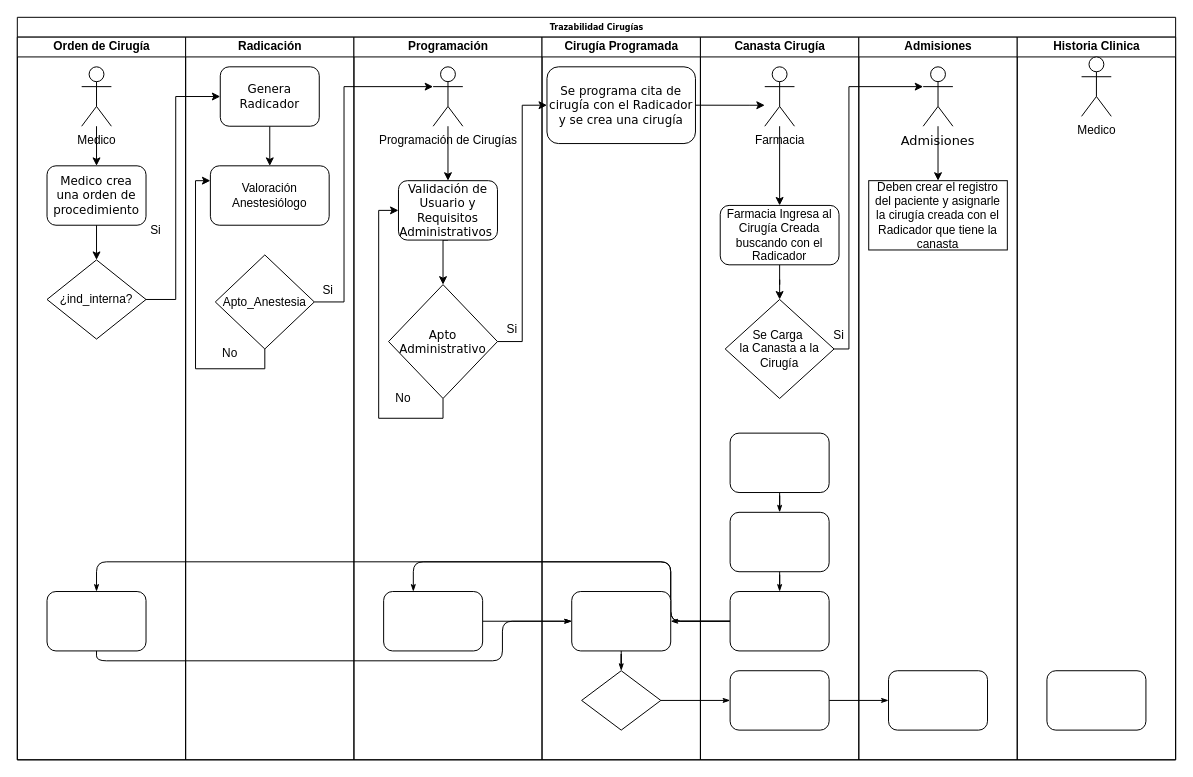
This is Diagrama sin título.drawio from cinhosoft/Diagramas-Publicos, a draw.io file, before an edit. Source tidied: cells renumbered, new cells numbered last; positions are measured from the earlier drawing's top-left corner, leaving out a move shared by most shapes. Both pictures are drawn from the tidied source at 99%, with x=0, y=0 at pixel (17, 17).
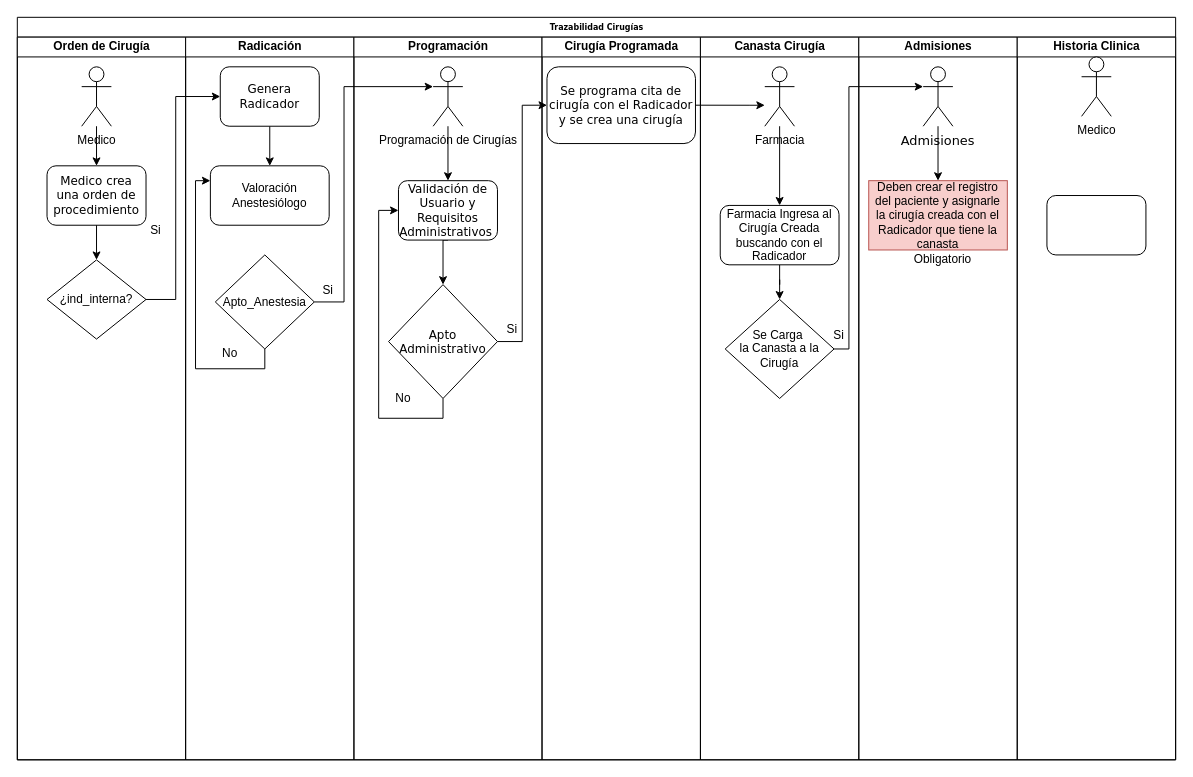
The same diagram, later.

Unchanged cells that the change refers to:
```xml
<mxCell id="2" value="Trazabilidad Cirugías" style="swimlane;html=1;startSize=20;rounded=0;shadow=0;labelBackgroundColor=none;strokeWidth=1;fontFamily=Verdana;fontSize=8;align=center;" parent="1" vertex="1">
  <mxGeometry width="1170" height="750" as="geometry" />
</mxCell>
<mxCell id="3" value="Orden de Cirugía" style="swimlane;html=1;startSize=20;" parent="2" vertex="1">
  <mxGeometry y="20" width="170" height="730" as="geometry" />
</mxCell>
<mxCell id="26" value="Programación" style="swimlane;html=1;startSize=20;" parent="2" vertex="1">
  <mxGeometry x="340" y="20" width="190" height="730" as="geometry" />
</mxCell>
<mxCell id="36" value="Cirugía Programada" style="swimlane;html=1;startSize=20;" parent="2" vertex="1">
  <mxGeometry x="530" y="20" width="160" height="730" as="geometry" />
</mxCell>
<mxCell id="41" value="Canasta Cirugía" style="swimlane;html=1;startSize=20;" parent="2" vertex="1">
  <mxGeometry x="690" y="20" width="160" height="730" as="geometry" />
</mxCell>
<mxCell id="55" value="Admisiones" style="swimlane;html=1;startSize=20;" parent="2" vertex="1">
  <mxGeometry x="850" y="20" width="160" height="730" as="geometry" />
</mxCell>
<mxCell id="60" value="Historia Clinica" style="swimlane;html=1;startSize=20;" parent="2" vertex="1">
  <mxGeometry x="1010" y="20" width="160" height="730" as="geometry" />
</mxCell>
```

The edit, as a diff of the source:
```diff
@@
-    <mxCell id="4" style="rounded=1;whiteSpace=wrap;html=1;shadow=0;labelBackgroundColor=none;strokeWidth=1;fontFamily=Verdana;fontSize=8;align=center;" parent="3" vertex="1">
-      <mxGeometry x="30" y="560" width="100" height="60" as="geometry" />
-    </mxCell>
@@
-    <mxCell id="9" style="edgeStyle=orthogonalEdgeStyle;rounded=1;html=1;labelBackgroundColor=none;startArrow=none;startFill=0;startSize=5;endArrow=classicThin;endFill=1;endSize=5;jettySize=auto;strokeWidth=1;fontFamily=Verdana;fontSize=8;" parent="2" edge="1" source="39" target="45">
-      <mxGeometry relative="1" as="geometry" />
-    </mxCell>
-    <mxCell id="10" style="edgeStyle=orthogonalEdgeStyle;rounded=1;html=1;labelBackgroundColor=none;startArrow=none;startFill=0;startSize=5;endArrow=classicThin;endFill=1;endSize=5;jettySize=auto;strokeWidth=1;fontFamily=Verdana;fontSize=8;" parent="2" edge="1" source="45" target="56">
-      <mxGeometry relative="1" as="geometry" />
-    </mxCell>
-    <mxCell id="11" style="edgeStyle=orthogonalEdgeStyle;rounded=1;html=1;labelBackgroundColor=none;startArrow=none;startFill=0;startSize=5;endArrow=classicThin;endFill=1;endSize=5;jettySize=auto;strokeWidth=1;fontFamily=Verdana;fontSize=8;" parent="2" edge="1" source="44" target="29">
-      <mxGeometry relative="1" as="geometry">
-        <Array as="points">
-          <mxPoint x="660" y="610" />
-          <mxPoint x="660" y="550" />
-          <mxPoint x="400" y="550" />
-        </Array>
-      </mxGeometry>
-    </mxCell>
-    <mxCell id="12" style="edgeStyle=orthogonalEdgeStyle;rounded=1;html=1;labelBackgroundColor=none;startArrow=none;startFill=0;startSize=5;endArrow=classicThin;endFill=1;endSize=5;jettySize=auto;strokeColor=#000000;strokeWidth=1;fontFamily=Verdana;fontSize=8;fontColor=#000000;" parent="2" edge="1" source="44" target="38">
-      <mxGeometry relative="1" as="geometry" />
-    </mxCell>
-    <mxCell id="13" style="edgeStyle=orthogonalEdgeStyle;rounded=1;html=1;labelBackgroundColor=none;startArrow=none;startFill=0;startSize=5;endArrow=classicThin;endFill=1;endSize=5;jettySize=auto;strokeWidth=1;fontFamily=Verdana;fontSize=8;" parent="2" edge="1" source="44" target="4">
-      <mxGeometry relative="1" as="geometry">
-        <Array as="points">
-          <mxPoint x="660" y="610" />
-          <mxPoint x="660" y="550" />
-          <mxPoint x="80" y="550" />
-        </Array>
-      </mxGeometry>
-    </mxCell>
-    <mxCell id="14" style="edgeStyle=orthogonalEdgeStyle;rounded=1;html=1;labelBackgroundColor=none;startArrow=none;startFill=0;startSize=5;endArrow=classicThin;endFill=1;endSize=5;jettySize=auto;strokeWidth=1;fontFamily=Verdana;fontSize=8;" parent="2" edge="1" source="4" target="38">
-      <mxGeometry relative="1" as="geometry">
-        <Array as="points">
-          <mxPoint x="80" y="650" />
-          <mxPoint x="490" y="650" />
-          <mxPoint x="490" y="610" />
-        </Array>
-      </mxGeometry>
-    </mxCell>
-    <mxCell id="15" style="edgeStyle=orthogonalEdgeStyle;rounded=1;html=1;labelBackgroundColor=none;startArrow=none;startFill=0;startSize=5;endArrow=classicThin;endFill=1;endSize=5;jettySize=auto;strokeWidth=1;fontFamily=Verdana;fontSize=8;" parent="2" edge="1" source="29" target="38">
-      <mxGeometry relative="1" as="geometry" />
-    </mxCell>
@@
-    <mxCell id="29" style="rounded=1;whiteSpace=wrap;html=1;shadow=0;labelBackgroundColor=none;strokeWidth=1;fontFamily=Verdana;fontSize=8;align=center;" parent="26" vertex="1">
-      <mxGeometry x="30" y="560" width="100" height="60" as="geometry" />
-    </mxCell>
@@
-    <mxCell id="38" style="rounded=1;whiteSpace=wrap;html=1;shadow=0;labelBackgroundColor=none;strokeWidth=1;fontFamily=Verdana;fontSize=8;align=center;" parent="36" vertex="1">
-      <mxGeometry x="30" y="560" width="100" height="60" as="geometry" />
-    </mxCell>
-    <mxCell id="39" style="rhombus;whiteSpace=wrap;html=1;rounded=0;shadow=0;labelBackgroundColor=none;strokeWidth=1;fontFamily=Verdana;fontSize=8;align=center;" parent="36" vertex="1">
-      <mxGeometry x="40" y="640" width="80" height="60" as="geometry" />
-    </mxCell>
-    <mxCell id="40" style="edgeStyle=orthogonalEdgeStyle;rounded=1;html=1;labelBackgroundColor=none;startArrow=none;startFill=0;startSize=5;endArrow=classicThin;endFill=1;endSize=5;jettySize=auto;strokeWidth=1;fontFamily=Verdana;fontSize=8;" parent="36" edge="1" source="38" target="39">
-      <mxGeometry relative="1" as="geometry" />
-    </mxCell>
@@
-    <mxCell id="42" style="rounded=1;whiteSpace=wrap;html=1;shadow=0;labelBackgroundColor=none;strokeWidth=1;fontFamily=Verdana;fontSize=8;align=center;" parent="41" vertex="1">
-      <mxGeometry x="30" y="400" width="100" height="60" as="geometry" />
-    </mxCell>
-    <mxCell id="43" style="rounded=1;whiteSpace=wrap;html=1;shadow=0;labelBackgroundColor=none;strokeWidth=1;fontFamily=Verdana;fontSize=8;align=center;" parent="41" vertex="1">
-      <mxGeometry x="30" y="480" width="100" height="60" as="geometry" />
-    </mxCell>
-    <mxCell id="44" style="rounded=1;whiteSpace=wrap;html=1;shadow=0;labelBackgroundColor=none;strokeWidth=1;fontFamily=Verdana;fontSize=8;align=center;" parent="41" vertex="1">
-      <mxGeometry x="30" y="560" width="100" height="60" as="geometry" />
-    </mxCell>
-    <mxCell id="45" style="rounded=1;whiteSpace=wrap;html=1;shadow=0;labelBackgroundColor=none;strokeWidth=1;fontFamily=Verdana;fontSize=8;align=center;" parent="41" vertex="1">
-      <mxGeometry x="30" y="640" width="100" height="60" as="geometry" />
-    </mxCell>
-    <mxCell id="46" style="edgeStyle=orthogonalEdgeStyle;rounded=1;html=1;labelBackgroundColor=none;startArrow=none;startFill=0;startSize=5;endArrow=classicThin;endFill=1;endSize=5;jettySize=auto;strokeWidth=1;fontFamily=Verdana;fontSize=8;" parent="41" edge="1" source="42" target="43">
-      <mxGeometry relative="1" as="geometry" />
-    </mxCell>
-    <mxCell id="47" style="edgeStyle=orthogonalEdgeStyle;rounded=1;html=1;labelBackgroundColor=none;startArrow=none;startFill=0;startSize=5;endArrow=classicThin;endFill=1;endSize=5;jettySize=auto;strokeWidth=1;fontFamily=Verdana;fontSize=8;" parent="41" edge="1" source="43" target="44">
-      <mxGeometry relative="1" as="geometry" />
-    </mxCell>
@@
-    <mxCell id="56" style="rounded=1;whiteSpace=wrap;html=1;shadow=0;labelBackgroundColor=none;strokeWidth=1;fontFamily=Verdana;fontSize=8;align=center;" parent="55" vertex="1">
-      <mxGeometry x="30" y="640" width="100" height="60" as="geometry" />
-    </mxCell>
@@
-    <mxCell id="59" value="Deben crear el registro del paciente y asignarle la cirugía creada con el Radicador que tiene la canasta" style="rounded=0;whiteSpace=wrap;html=1;" parent="55" vertex="1">
+    <mxCell id="59" value="Deben crear el registro del paciente y asignarle la cirugía creada con el Radicador que tiene la canasta" style="rounded=0;whiteSpace=wrap;html=1;fillColor=#f8cecc;strokeColor=#b85450;" parent="55" vertex="1">
       <mxGeometry x="10" y="145" width="140" height="70" as="geometry" />
     </mxCell>
+    <mxCell id="67" value="Obligatorio" style="text;html=1;align=center;verticalAlign=middle;whiteSpace=wrap;rounded=0;" parent="55" vertex="1">
+      <mxGeometry x="70" y="215" width="30" height="20" as="geometry" />
+    </mxCell>
@@
     <mxCell id="61" style="rounded=1;whiteSpace=wrap;html=1;shadow=0;labelBackgroundColor=none;strokeWidth=1;fontFamily=Verdana;fontSize=8;align=center;" parent="60" vertex="1">
-      <mxGeometry x="30" y="640" width="100" height="60" as="geometry" />
+      <mxGeometry x="30" y="160" width="100" height="60" as="geometry" />
     </mxCell>
```
